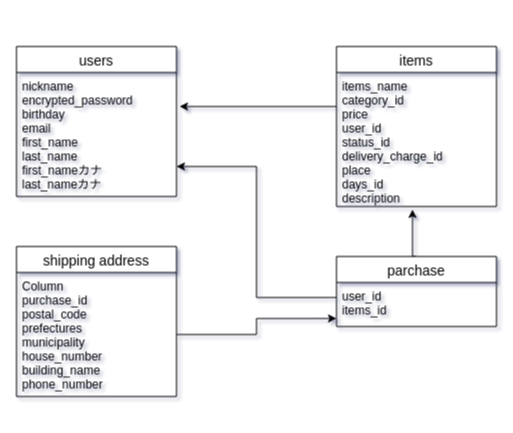
Earlier version of the draw.io diagram test.dio (suzuharu0920/furima-35835). Source tidied: cells renumbered, new cells numbered last; positions are measured from the earlier drawing's top-left corner, leaving out a move shared by most shapes. Both pictures are drawn from the tidied source at 100%, with x=0, y=0 at pixel (16, 46).
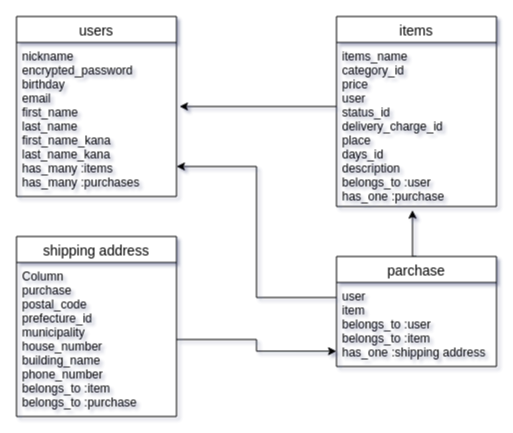
The same page after the edit.

The edit, as a diff of the source:
```diff
@@
     <mxCell id="3" value="items" style="swimlane;fontStyle=0;horizontal=1;startSize=26;align=center;fontSize=14;" parent="1" vertex="1">
-      <mxGeometry x="320" width="160" height="160" as="geometry" />
+      <mxGeometry x="320" y="-30" width="160" height="190" as="geometry" />
     </mxCell>
-    <mxCell id="4" value="items_name&#10;category_id&#10;price&#10;user_id&#10;status_id&#10;delivery_charge_id&#10;place&#10;days_id&#10;description" style="text;strokeColor=none;fillColor=none;spacingLeft=4;spacingRight=4;overflow=hidden;points=[[0,0.5],[1,0.5]];portConstraint=eastwest;fontSize=12;" parent="3" vertex="1">
-      <mxGeometry y="26" width="160" height="134" as="geometry" />
+    <mxCell id="4" value="items_name&#10;category_id&#10;price&#10;user&#10;status_id&#10;delivery_charge_id&#10;place&#10;days_id&#10;description&#10;belongs_to :user&#10;has_one :purchase" style="text;strokeColor=none;fillColor=none;spacingLeft=4;spacingRight=4;overflow=hidden;points=[[0,0.5],[1,0.5]];portConstraint=eastwest;fontSize=12;" parent="3" vertex="1">
+      <mxGeometry y="26" width="160" height="164" as="geometry" />
     </mxCell>
     <mxCell id="5" value="users" style="swimlane;fontStyle=0;horizontal=1;startSize=26;align=center;fontSize=14;" parent="1" vertex="1">
-      <mxGeometry width="160" height="150" as="geometry" />
+      <mxGeometry y="-30" width="160" height="180" as="geometry" />
     </mxCell>
-    <mxCell id="6" value="nickname&#10;encrypted_password&#10;birthday&#10;email&#10;first_name&#10;last_name&#10;first_nameカナ&#10;last_nameカナ" style="text;strokeColor=none;fillColor=none;spacingLeft=4;spacingRight=4;overflow=hidden;fontSize=12;" parent="5" vertex="1">
-      <mxGeometry y="26" width="160" height="124" as="geometry" />
+    <mxCell id="6" value="nickname&#10;encrypted_password&#10;birthday&#10;email&#10;first_name&#10;last_name&#10;first_name_kana&#10;last_name_kana&#10;has_many :items&#10;has_many :purchases" style="text;strokeColor=none;fillColor=none;spacingLeft=4;spacingRight=4;overflow=hidden;fontSize=12;" parent="5" vertex="1">
+      <mxGeometry y="26" width="160" height="154" as="geometry" />
     </mxCell>
     <mxCell id="7" value="shipping address" style="swimlane;fontStyle=0;horizontal=1;startSize=26;align=center;fontSize=14;" parent="1" vertex="1">
-      <mxGeometry y="200" width="160" height="150" as="geometry" />
+      <mxGeometry y="190" width="160" height="180" as="geometry" />
     </mxCell>
+    <mxCell id="13" value="Column&#10;purchase&#10;postal_code&#10;prefecture_id&#10;municipality&#10;house_number&#10;building_name&#10;phone_number&#10;belongs_to :item&#10;belongs_to :purchase" style="text;strokeColor=none;fillColor=none;spacingLeft=4;spacingRight=4;overflow=hidden;points=[[0,0.5],[1,0.5]];portConstraint=eastwest;fontSize=12;" parent="7" vertex="1">
+      <mxGeometry y="26" width="160" height="154" as="geometry" />
+    </mxCell>
@@
     <mxCell id="9" value="parchase" style="swimlane;fontStyle=0;horizontal=1;startSize=26;align=center;fontSize=14;" parent="1" vertex="1">
-      <mxGeometry x="320" y="210" width="160" height="70" as="geometry" />
+      <mxGeometry x="320" y="210" width="160" height="110" as="geometry" />
     </mxCell>
-    <mxCell id="10" value="user_id&#10;items_id" style="text;strokeColor=none;fillColor=none;spacingLeft=4;spacingRight=4;overflow=hidden;points=[[0,0.5],[1,0.5]];portConstraint=eastwest;fontSize=12;" parent="9" vertex="1">
-      <mxGeometry y="26" width="160" height="44" as="geometry" />
+    <mxCell id="10" value="user&#10;item&#10;belongs_to :user&#10;belongs_to :item&#10;has_one :shipping address" style="text;strokeColor=none;fillColor=none;spacingLeft=4;spacingRight=4;overflow=hidden;points=[[0,0.5],[1,0.5]];portConstraint=eastwest;fontSize=12;" parent="9" vertex="1">
+      <mxGeometry y="26" width="160" height="84" as="geometry" />
     </mxCell>
@@
-    <mxCell id="13" value="Column&#10;purchase_id&#10;postal_code&#10;prefectures&#10;municipality&#10;house_number&#10;building_name&#10;phone_number" style="text;strokeColor=none;fillColor=none;spacingLeft=4;spacingRight=4;overflow=hidden;points=[[0,0.5],[1,0.5]];portConstraint=eastwest;fontSize=12;" parent="1" vertex="1">
-      <mxGeometry y="226" width="160" height="124" as="geometry" />
-    </mxCell>
```
